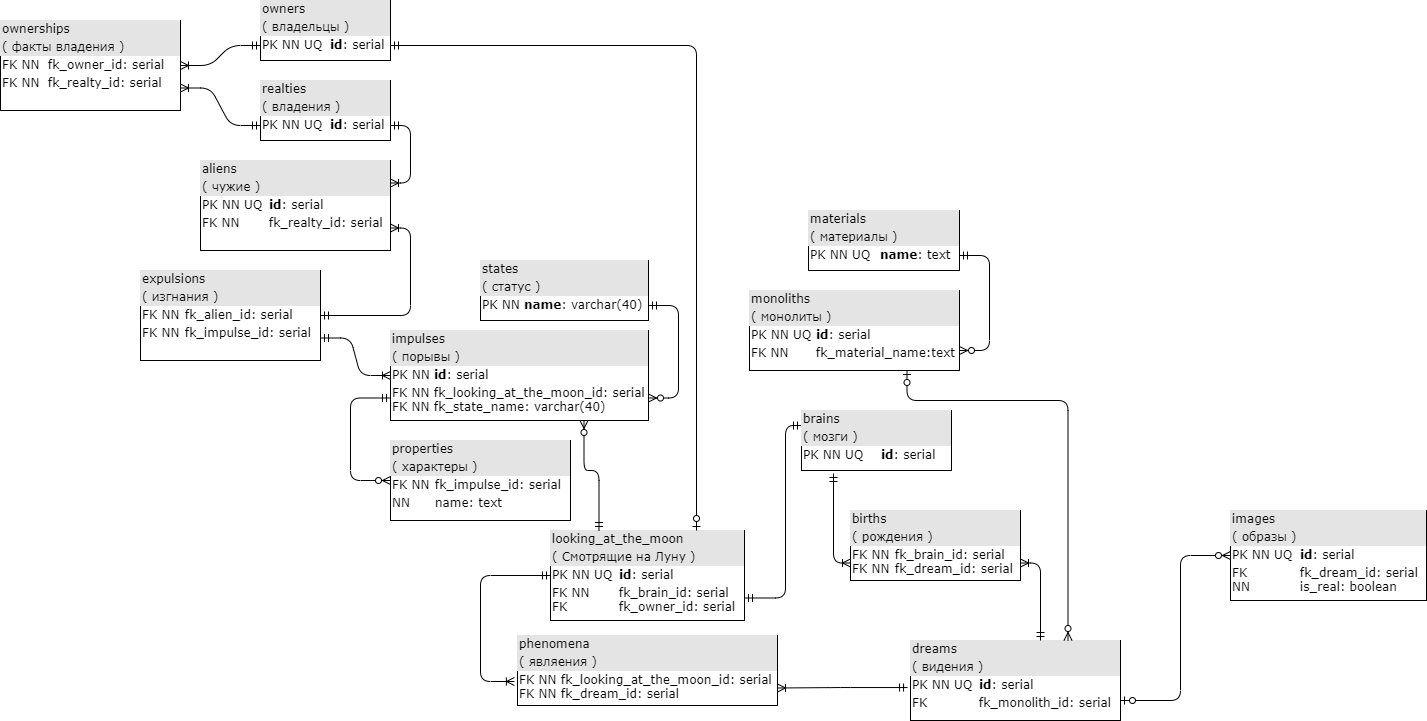
Earlier version of the draw.io export datalogic-model.png (comeillfoo/info-systems-n-db-1). Source tidied: cells renumbered, new cells last; positions are measured from the earlier drawing's top-left corner, leaving out a move shared by most shapes.
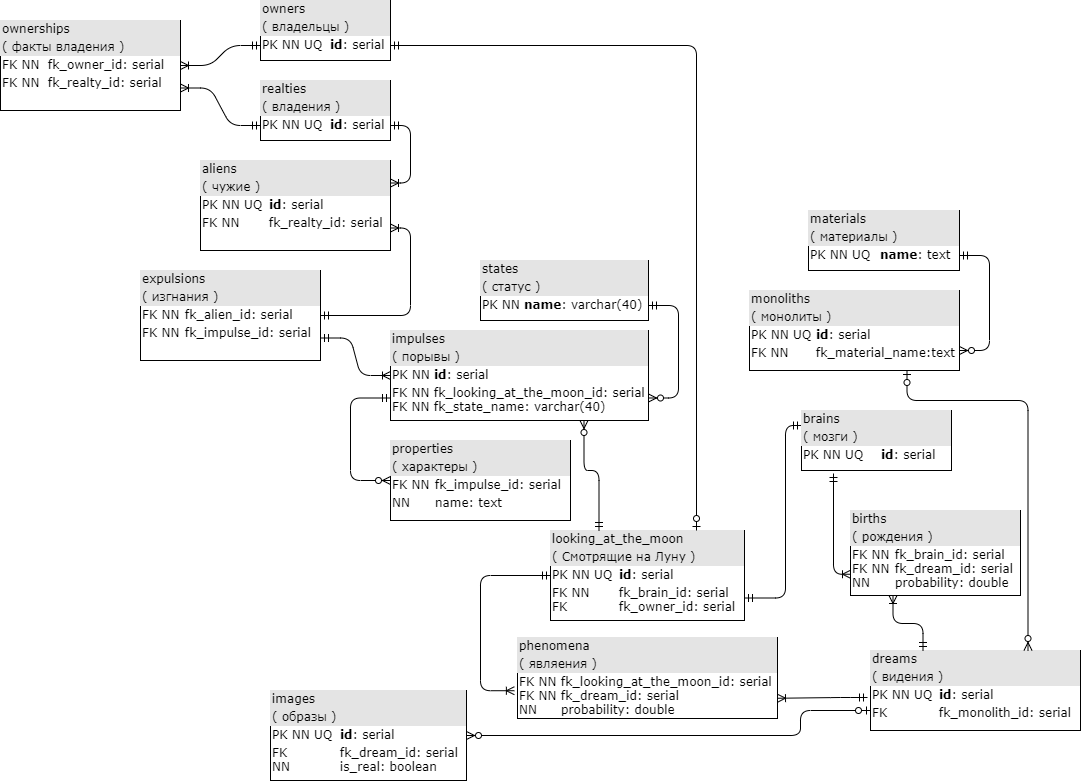
The same diagram one commit later.

Commit message:
fix: datalogic model

What changed in the source:
```diff
@@ -59,10 +59,10 @@
       <mxGeometry x="801" y="410" width="150" height="60" as="geometry" />
     </mxCell>
     <mxCell id="14" value="&lt;div style=&quot;box-sizing: border-box ; width: 100% ; background: #e4e4e4 ; padding: 2px&quot;&gt;dreams&lt;/div&gt;&lt;div style=&quot;box-sizing: border-box ; width: 100% ; background: #e4e4e4 ; padding: 2px&quot;&gt;( видения )&lt;/div&gt;&lt;table style=&quot;width: 100% ; font-size: 1em&quot; cellpadding=&quot;2&quot; cellspacing=&quot;0&quot;&gt;&lt;tbody&gt;&lt;tr&gt;&lt;td&gt;PK NN UQ&lt;/td&gt;&lt;td&gt;&lt;b&gt;id&lt;/b&gt;: serial&lt;/td&gt;&lt;/tr&gt;&lt;tr&gt;&lt;td&gt;FK&lt;br&gt;&lt;/td&gt;&lt;td&gt;fk_monolith_id: serial&lt;/td&gt;&lt;/tr&gt;&lt;/tbody&gt;&lt;/table&gt;" style="verticalAlign=top;align=left;overflow=fill;html=1;rounded=0;shadow=0;comic=0;labelBackgroundColor=none;strokeWidth=1;fontFamily=Verdana;fontSize=12;" parent="1" vertex="1">
-      <mxGeometry x="910" y="640" width="210" height="80" as="geometry" />
+      <mxGeometry x="870" y="650" width="210" height="80" as="geometry" />
     </mxCell>
     <mxCell id="15" value="&lt;div style=&quot;box-sizing: border-box ; width: 100% ; background: #e4e4e4 ; padding: 2px&quot;&gt;images&lt;/div&gt;&lt;div style=&quot;box-sizing: border-box ; width: 100% ; background: #e4e4e4 ; padding: 2px&quot;&gt;( образы )&lt;/div&gt;&lt;table style=&quot;width: 100% ; font-size: 1em&quot; cellpadding=&quot;2&quot; cellspacing=&quot;0&quot;&gt;&lt;tbody&gt;&lt;tr&gt;&lt;td&gt;PK NN UQ&lt;/td&gt;&lt;td&gt;&lt;b&gt;id&lt;/b&gt;: serial&lt;/td&gt;&lt;/tr&gt;&lt;tr&gt;&lt;td&gt;FK&lt;br&gt;NN&lt;/td&gt;&lt;td&gt;fk_dream_id: serial&lt;br&gt;is_real: boolean&lt;/td&gt;&lt;/tr&gt;&lt;/tbody&gt;&lt;/table&gt;" style="verticalAlign=top;align=left;overflow=fill;html=1;rounded=0;shadow=0;comic=0;labelBackgroundColor=none;strokeWidth=1;fontFamily=Verdana;fontSize=12;" parent="1" vertex="1">
-      <mxGeometry x="1230" y="510" width="196" height="90" as="geometry" />
+      <mxGeometry x="270" y="690" width="196" height="90" as="geometry" />
     </mxCell>
     <mxCell id="16" value="&lt;div style=&quot;box-sizing: border-box ; width: 100% ; background: #e4e4e4 ; padding: 2px&quot;&gt;monoliths&lt;/div&gt;&lt;div style=&quot;box-sizing: border-box ; width: 100% ; background: #e4e4e4 ; padding: 2px&quot;&gt;( монолиты )&lt;/div&gt;&lt;table style=&quot;width: 100% ; font-size: 1em&quot; cellpadding=&quot;2&quot; cellspacing=&quot;0&quot;&gt;&lt;tbody&gt;&lt;tr&gt;&lt;td&gt;PK NN UQ&lt;/td&gt;&lt;td&gt;&lt;b&gt;id&lt;/b&gt;: serial&lt;/td&gt;&lt;/tr&gt;&lt;tr&gt;&lt;td&gt;FK NN&lt;br&gt;&lt;/td&gt;&lt;td&gt;fk_material_name:text&lt;/td&gt;&lt;/tr&gt;&lt;/tbody&gt;&lt;/table&gt;" style="verticalAlign=top;align=left;overflow=fill;html=1;rounded=0;shadow=0;comic=0;labelBackgroundColor=none;strokeWidth=1;fontFamily=Verdana;fontSize=12;" parent="1" vertex="1">
       <mxGeometry x="749" y="290" width="210" height="80" as="geometry" />
@@ -92,10 +92,11 @@
         </Array>
       </mxGeometry>
     </mxCell>
-    <mxCell id="22" style="edgeStyle=elbowEdgeStyle;fontSize=12;html=1;endArrow=ERzeroToMany;startArrow=ERzeroToOne;exitX=1;exitY=0.75;exitDx=0;exitDy=0;entryX=0;entryY=0.5;entryDx=0;entryDy=0;" parent="1" edge="1" source="14" target="15">
+    <mxCell id="22" style="edgeStyle=elbowEdgeStyle;fontSize=12;html=1;endArrow=ERzeroToMany;startArrow=ERzeroToOne;exitX=0;exitY=0.75;exitDx=0;exitDy=0;entryX=1;entryY=0.5;entryDx=0;entryDy=0;" parent="1" edge="1" source="14" target="15">
       <mxGeometry relative="1" as="geometry">
         <Array as="points">
-          <mxPoint x="1180" y="630" />
+          <mxPoint x="800" y="720" />
+          <mxPoint x="880" y="720" />
           <mxPoint x="1150" y="740" />
           <mxPoint x="770" y="690" />
           <mxPoint x="917" y="590" />
@@ -124,8 +125,8 @@
     <mxCell id="28" style="edgeStyle=entityRelationEdgeStyle;fontSize=12;html=1;endArrow=ERoneToMany;startArrow=ERmandOne;entryX=1;entryY=0.5;entryDx=0;entryDy=0;exitX=0;exitY=0.75;exitDx=0;exitDy=0;" parent="1" edge="1" source="2" target="26">
       <mxGeometry relative="1" as="geometry" />
     </mxCell>
-    <mxCell id="29" value="&lt;div style=&quot;box-sizing: border-box ; width: 100% ; background: #e4e4e4 ; padding: 2px&quot;&gt;births&lt;/div&gt;&lt;div style=&quot;box-sizing: border-box ; width: 100% ; background: #e4e4e4 ; padding: 2px&quot;&gt;( рождения )&lt;/div&gt;&lt;table style=&quot;width: 100% ; font-size: 1em&quot; cellpadding=&quot;2&quot; cellspacing=&quot;0&quot;&gt;&lt;tbody&gt;&lt;tr&gt;&lt;td&gt;FK NN&lt;br&gt;FK NN&lt;/td&gt;&lt;td&gt;fk_brain_id: serial&lt;br&gt;fk_dream_id: serial&lt;/td&gt;&lt;/tr&gt;&lt;tr&gt;&lt;td&gt;&lt;br&gt;&lt;/td&gt;&lt;td&gt;&lt;br&gt;&lt;/td&gt;&lt;/tr&gt;&lt;/tbody&gt;&lt;/table&gt;" style="verticalAlign=top;align=left;overflow=fill;html=1;rounded=0;shadow=0;comic=0;labelBackgroundColor=none;strokeWidth=1;fontFamily=Verdana;fontSize=12;" parent="1" vertex="1">
-      <mxGeometry x="850" y="510" width="170" height="70" as="geometry" />
+    <mxCell id="29" value="&lt;div style=&quot;box-sizing: border-box ; width: 100% ; background: #e4e4e4 ; padding: 2px&quot;&gt;births&lt;/div&gt;&lt;div style=&quot;box-sizing: border-box ; width: 100% ; background: #e4e4e4 ; padding: 2px&quot;&gt;( рождения )&lt;/div&gt;&lt;table style=&quot;width: 100% ; font-size: 1em&quot; cellpadding=&quot;2&quot; cellspacing=&quot;0&quot;&gt;&lt;tbody&gt;&lt;tr&gt;&lt;td&gt;FK NN&lt;br&gt;FK NN&lt;br&gt;NN&lt;/td&gt;&lt;td&gt;fk_brain_id: serial&lt;br&gt;fk_dream_id: serial&lt;br&gt;probability: double&lt;/td&gt;&lt;/tr&gt;&lt;tr&gt;&lt;td&gt;&lt;br&gt;&lt;/td&gt;&lt;td&gt;&lt;br&gt;&lt;/td&gt;&lt;/tr&gt;&lt;/tbody&gt;&lt;/table&gt;" style="verticalAlign=top;align=left;overflow=fill;html=1;rounded=0;shadow=0;comic=0;labelBackgroundColor=none;strokeWidth=1;fontFamily=Verdana;fontSize=12;" parent="1" vertex="1">
+      <mxGeometry x="850" y="510" width="170" height="85" as="geometry" />
     </mxCell>
     <mxCell id="30" style="edgeStyle=elbowEdgeStyle;fontSize=12;html=1;endArrow=ERoneToMany;startArrow=ERmandOne;entryX=0;entryY=0.75;entryDx=0;entryDy=0;" parent="1" edge="1" target="29">
       <mxGeometry relative="1" as="geometry">
@@ -135,15 +136,11 @@
         </Array>
       </mxGeometry>
     </mxCell>
-    <mxCell id="31" style="edgeStyle=elbowEdgeStyle;fontSize=12;html=1;endArrow=ERoneToMany;startArrow=ERmandOne;entryX=1;entryY=0.75;entryDx=0;entryDy=0;" parent="1" edge="1" source="14" target="29">
-      <mxGeometry relative="1" as="geometry">
-        <Array as="points">
-          <mxPoint x="1040" y="600" />
-        </Array>
-      </mxGeometry>
+    <mxCell id="31" style="edgeStyle=elbowEdgeStyle;fontSize=12;html=1;endArrow=ERoneToMany;startArrow=ERmandOne;entryX=0.25;entryY=1;entryDx=0;entryDy=0;exitX=0.25;exitY=0;exitDx=0;exitDy=0;elbow=vertical;" parent="1" edge="1" source="14" target="29">
+      <mxGeometry relative="1" as="geometry" />
     </mxCell>
-    <mxCell id="32" value="&lt;div style=&quot;box-sizing: border-box ; width: 100% ; background: #e4e4e4 ; padding: 2px&quot;&gt;phenomena&lt;/div&gt;&lt;div style=&quot;box-sizing: border-box ; width: 100% ; background: #e4e4e4 ; padding: 2px&quot;&gt;( являения )&lt;/div&gt;&lt;table style=&quot;width: 100% ; font-size: 1em&quot; cellpadding=&quot;2&quot; cellspacing=&quot;0&quot;&gt;&lt;tbody&gt;&lt;tr&gt;&lt;td&gt;FK NN&lt;br&gt;FK NN&lt;/td&gt;&lt;td&gt;fk_looking_at_the_moon_id: serial&lt;br&gt;fk_dream_id: serial&lt;/td&gt;&lt;/tr&gt;&lt;tr&gt;&lt;td&gt;&lt;br&gt;&lt;/td&gt;&lt;td&gt;&lt;br&gt;&lt;/td&gt;&lt;/tr&gt;&lt;/tbody&gt;&lt;/table&gt;" style="verticalAlign=top;align=left;overflow=fill;html=1;rounded=0;shadow=0;comic=0;labelBackgroundColor=none;strokeWidth=1;fontFamily=Verdana;fontSize=12;" parent="1" vertex="1">
-      <mxGeometry x="517" y="635" width="260" height="70" as="geometry" />
+    <mxCell id="32" value="&lt;div style=&quot;box-sizing: border-box ; width: 100% ; background: #e4e4e4 ; padding: 2px&quot;&gt;phenomena&lt;/div&gt;&lt;div style=&quot;box-sizing: border-box ; width: 100% ; background: #e4e4e4 ; padding: 2px&quot;&gt;( являения )&lt;/div&gt;&lt;table style=&quot;width: 100% ; font-size: 1em&quot; cellpadding=&quot;2&quot; cellspacing=&quot;0&quot;&gt;&lt;tbody&gt;&lt;tr&gt;&lt;td&gt;FK NN&lt;br&gt;FK NN&lt;br&gt;NN&lt;/td&gt;&lt;td&gt;fk_looking_at_the_moon_id: serial&lt;br&gt;fk_dream_id: serial&lt;br&gt;probability: double&lt;/td&gt;&lt;/tr&gt;&lt;tr&gt;&lt;td&gt;&lt;br&gt;&lt;/td&gt;&lt;td&gt;&lt;br&gt;&lt;/td&gt;&lt;/tr&gt;&lt;/tbody&gt;&lt;/table&gt;" style="verticalAlign=top;align=left;overflow=fill;html=1;rounded=0;shadow=0;comic=0;labelBackgroundColor=none;strokeWidth=1;fontFamily=Verdana;fontSize=12;" parent="1" vertex="1">
+      <mxGeometry x="517" y="637" width="260" height="81" as="geometry" />
     </mxCell>
     <mxCell id="33" style="edgeStyle=elbowEdgeStyle;fontSize=12;html=1;endArrow=ERoneToMany;startArrow=ERmandOne;entryX=-0.012;entryY=0.657;entryDx=0;entryDy=0;exitX=0;exitY=0.5;exitDx=0;exitDy=0;entryPerimeter=0;" parent="1" edge="1" source="10" target="32">
       <mxGeometry relative="1" as="geometry">
@@ -153,8 +150,9 @@
         </Array>
       </mxGeometry>
     </mxCell>
-    <mxCell id="34" style="edgeStyle=elbowEdgeStyle;fontSize=12;html=1;endArrow=ERoneToMany;startArrow=ERmandOne;entryX=1;entryY=0.75;entryDx=0;entryDy=0;exitX=-0.014;exitY=0.588;exitDx=0;exitDy=0;exitPerimeter=0;" parent="1" edge="1" source="14" target="32">
+    <mxCell id="34" style="edgeStyle=elbowEdgeStyle;fontSize=12;html=1;endArrow=ERoneToMany;startArrow=ERmandOne;entryX=1;entryY=0.75;entryDx=0;entryDy=0;" parent="1" edge="1" target="32">
       <mxGeometry relative="1" as="geometry">
+        <mxPoint x="867" y="697" as="sourcePoint" />
         <Array as="points">
           <mxPoint x="840" y="683" />
           <mxPoint x="810" y="687" />
```
